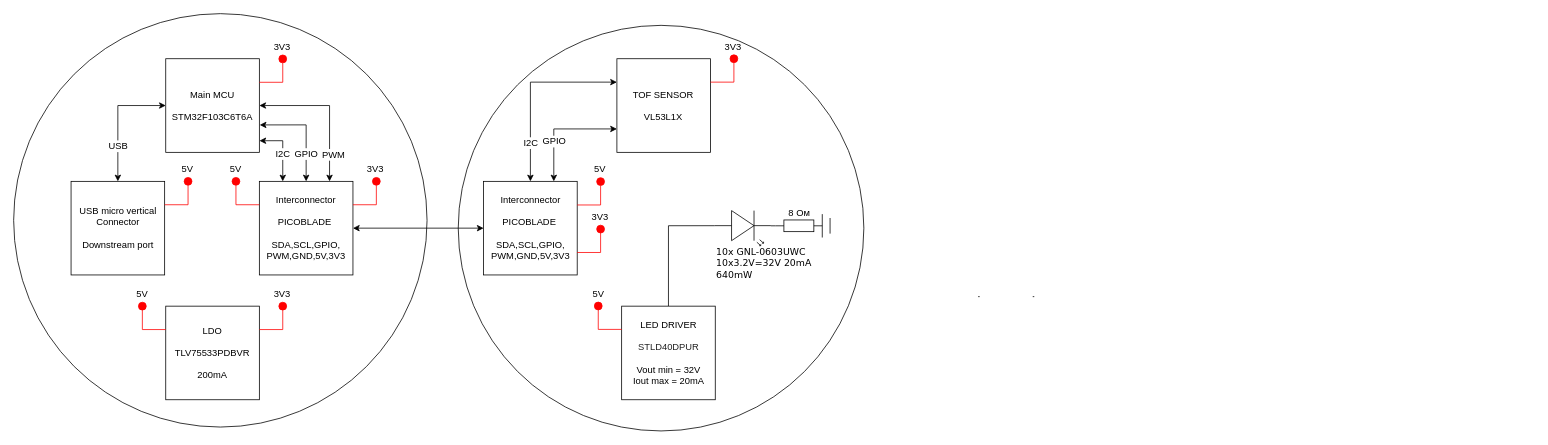
The draw.io diagram DOCUMENTATION/Gastroscopy-Tool-Structure.drawio in vpodlesnyi/Gastroscopy-Tool, before the edit. Source tidied: cells renumbered, new cells numbered last; positions are measured from the earlier drawing's top-left corner, leaving out a move shared by most shapes. Both pictures are drawn from the tidied source at 78%, with x=0, y=0 at pixel (13, 13).
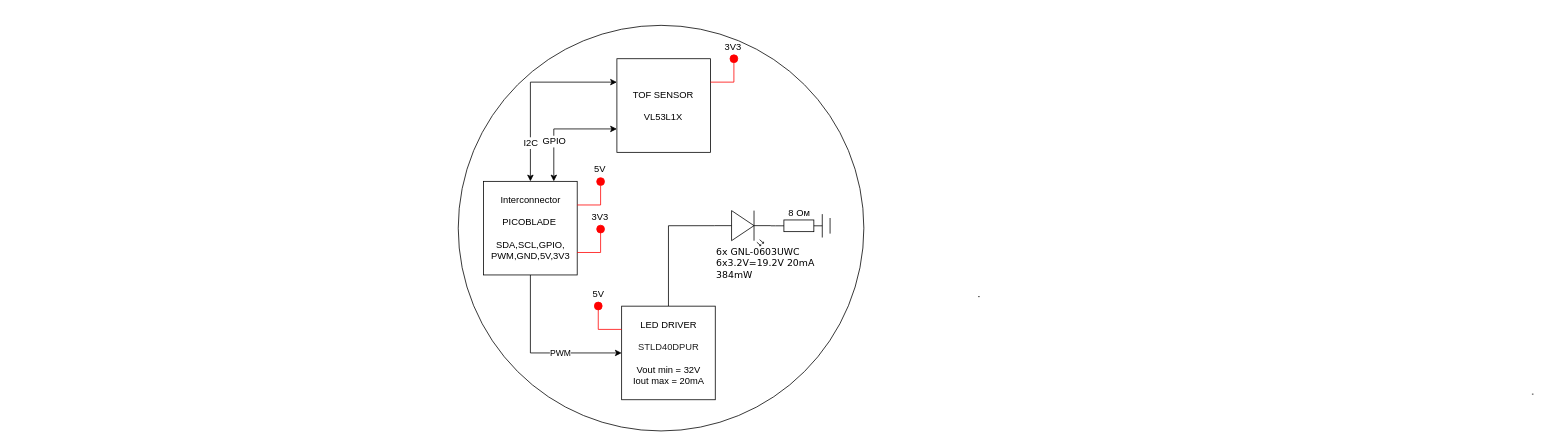
The same diagram, later.

The change refers to these unchanged cells:
```xml
<mxCell id="44" value="Interconnector&lt;br&gt;&lt;br&gt;PICOBLADE&amp;nbsp;&lt;br&gt;&lt;br&gt;SDA,SCL,GPIO,&lt;br&gt;PWM,GND,5V,3V3" style="rounded=0;whiteSpace=wrap;html=1;" parent="1" vertex="1">
  <mxGeometry x="602.5" y="215" width="120" height="120" as="geometry" />
</mxCell>
<mxCell id="56" value="LED DRIVER&lt;br style=&quot;font-size: 12px;&quot;&gt;&lt;br style=&quot;font-size: 12px;&quot;&gt;&lt;span style=&quot;color: rgb(34, 34, 34); font-size: 12px; text-align: left; background-color: rgb(255, 255, 255);&quot;&gt;STLD40DPUR&lt;/span&gt;&lt;br style=&quot;font-size: 12px;&quot;&gt;&lt;br style=&quot;font-size: 12px;&quot;&gt;Vout min = 32V &lt;br style=&quot;font-size: 12px;&quot;&gt;Iout max = 20mA" style="rounded=0;whiteSpace=wrap;html=1;fontSize=12;" parent="1" vertex="1">
  <mxGeometry x="779.5" y="375" width="120" height="120" as="geometry" />
</mxCell>
```

Diff of the diagram source:
```diff
@@
-    <mxCell id="3" style="ellipse;whiteSpace=wrap;html=1;" parent="1" vertex="1">
-      <mxGeometry width="530" height="530" as="geometry" />
-    </mxCell>
-    <mxCell id="4" value="I2C" style="edgeStyle=orthogonalEdgeStyle;rounded=0;jettySize=auto;html=1;exitX=1.001;exitY=0.876;exitDx=0;exitDy=0;entryX=0.25;entryY=0;entryDx=0;entryDy=0;strokeColor=#000000;fontSize=12;fontColor=#000000;startArrow=classic;startFill=1;exitPerimeter=0;" parent="1" edge="1" source="6" target="27">
-      <mxGeometry x="0.15" relative="1" as="geometry" />
-    </mxCell>
-    <mxCell id="5" value="PWM" style="edgeStyle=orthogonalEdgeStyle;rounded=0;jettySize=auto;html=1;exitX=1;exitY=0.5;exitDx=0;exitDy=0;entryX=0.75;entryY=0;entryDx=0;entryDy=0;strokeColor=#000000;fontSize=12;fontColor=#000000;startArrow=classic;startFill=1;" parent="1" edge="1" source="6" target="27">
-      <mxGeometry x="0.63" y="5" relative="1" as="geometry" />
-    </mxCell>
-    <mxCell id="6" value="Main MCU&lt;br&gt;&lt;br&gt;STM32F103C6T6A" style="rounded=0;whiteSpace=wrap;html=1;" parent="1" vertex="1">
-      <mxGeometry x="195" y="57.8" width="120" height="120" as="geometry" />
-    </mxCell>
-    <mxCell id="7" value="USB" style="edgeStyle=orthogonalEdgeStyle;rounded=0;jettySize=auto;html=1;exitX=0.5;exitY=0;exitDx=0;exitDy=0;entryX=0;entryY=0.5;entryDx=0;entryDy=0;strokeColor=#000000;fontSize=12;startArrow=classic;startFill=1;fontColor=#000000;" parent="1" edge="1" source="8" target="6">
-      <mxGeometry x="-0.43" relative="1" as="geometry" />
-    </mxCell>
-    <mxCell id="8" value="USB micro vertical&lt;br&gt;Connector&lt;br&gt;&lt;br&gt;Downstream port" style="rounded=0;whiteSpace=wrap;html=1;" parent="1" vertex="1">
-      <mxGeometry x="73.6" y="215" width="120" height="120" as="geometry" />
-    </mxCell>
-    <mxCell id="9" style="endArrow=none;html=1;rounded=0;strokeColor=#FF0000;" parent="1" edge="1">
-      <mxGeometry relative="1" as="geometry">
-        <mxPoint x="193.6" y="245" as="sourcePoint" />
-        <mxPoint x="223.6" y="245" as="targetPoint" />
-      </mxGeometry>
-    </mxCell>
-    <mxCell id="10" style="endArrow=none;html=1;rounded=0;strokeColor=#FF0000;startArrow=none;" parent="1" edge="1" source="11">
-      <mxGeometry relative="1" as="geometry">
-        <mxPoint x="223.6" y="215" as="targetPoint" />
-      </mxGeometry>
-    </mxCell>
-    <mxCell id="11" style="ellipse;whiteSpace=wrap;html=1;strokeColor=#FF0000;fillColor=#FF0000;" parent="1" vertex="1">
-      <mxGeometry x="218.6" y="210" width="10" height="10" as="geometry" />
-    </mxCell>
-    <mxCell id="12" style="endArrow=none;html=1;rounded=0;strokeColor=#FF0000;" parent="1" edge="1" target="11">
-      <mxGeometry relative="1" as="geometry">
-        <mxPoint x="223.6" y="245" as="sourcePoint" />
-      </mxGeometry>
-    </mxCell>
-    <mxCell id="13" value="5V" style="text;html=1;strokeColor=none;fillColor=none;align=center;verticalAlign=middle;whiteSpace=wrap;rounded=0;" parent="1" vertex="1">
-      <mxGeometry x="212.6" y="190" width="20" height="20" as="geometry" />
-    </mxCell>
-    <mxCell id="14" value="LDO&lt;br&gt;&lt;br&gt;TLV75533PDBVR&lt;br&gt;&lt;br&gt;200mA" style="rounded=0;whiteSpace=wrap;html=1;" parent="1" vertex="1">
-      <mxGeometry x="195" y="375" width="120" height="120" as="geometry" />
-    </mxCell>
-    <mxCell id="15" style="endArrow=none;html=1;rounded=0;strokeColor=#FF0000;" parent="1" edge="1">
-      <mxGeometry relative="1" as="geometry">
-        <mxPoint x="315" y="405" as="sourcePoint" />
-        <mxPoint x="345" y="405" as="targetPoint" />
-      </mxGeometry>
-    </mxCell>
-    <mxCell id="16" style="endArrow=none;html=1;rounded=0;strokeColor=#FF0000;startArrow=none;" parent="1" edge="1" source="17">
-      <mxGeometry relative="1" as="geometry">
-        <mxPoint x="345" y="375" as="targetPoint" />
-      </mxGeometry>
-    </mxCell>
-    <mxCell id="17" style="ellipse;whiteSpace=wrap;html=1;strokeColor=#FF0000;fillColor=#FF0000;" parent="1" vertex="1">
-      <mxGeometry x="340" y="370" width="10" height="10" as="geometry" />
-    </mxCell>
-    <mxCell id="18" style="endArrow=none;html=1;rounded=0;strokeColor=#FF0000;" parent="1" edge="1" target="17">
-      <mxGeometry relative="1" as="geometry">
-        <mxPoint x="345" y="405" as="sourcePoint" />
-      </mxGeometry>
-    </mxCell>
-    <mxCell id="19" value="3V3" style="text;html=1;strokeColor=none;fillColor=none;align=center;verticalAlign=middle;whiteSpace=wrap;rounded=0;" parent="1" vertex="1">
-      <mxGeometry x="329" y="350" width="31.2" height="20" as="geometry" />
-    </mxCell>
-    <mxCell id="20" style="endArrow=none;html=1;rounded=0;strokeColor=#FF0000;" parent="1" edge="1">
-      <mxGeometry relative="1" as="geometry">
-        <mxPoint x="195" y="405" as="sourcePoint" />
-        <mxPoint x="165" y="405" as="targetPoint" />
-      </mxGeometry>
-    </mxCell>
-    <mxCell id="21" style="endArrow=none;html=1;rounded=0;strokeColor=#FF0000;startArrow=none;" parent="1" edge="1" source="22">
-      <mxGeometry relative="1" as="geometry">
-        <mxPoint x="165" y="375" as="targetPoint" />
-      </mxGeometry>
-    </mxCell>
-    <mxCell id="22" style="ellipse;whiteSpace=wrap;html=1;strokeColor=#FF0000;fillColor=#FF0000;" parent="1" vertex="1">
-      <mxGeometry x="160" y="370" width="10" height="10" as="geometry" />
-    </mxCell>
-    <mxCell id="23" style="endArrow=none;html=1;rounded=0;strokeColor=#FF0000;" parent="1" edge="1" target="22">
-      <mxGeometry relative="1" as="geometry">
-        <mxPoint x="165" y="405" as="sourcePoint" />
-      </mxGeometry>
-    </mxCell>
-    <mxCell id="24" value="5V" style="text;html=1;strokeColor=none;fillColor=none;align=center;verticalAlign=middle;whiteSpace=wrap;rounded=0;" parent="1" vertex="1">
-      <mxGeometry x="155" y="350" width="20" height="20" as="geometry" />
-    </mxCell>
-    <mxCell id="25" style="edgeStyle=orthogonalEdgeStyle;rounded=0;jettySize=auto;html=1;exitX=1;exitY=0.5;exitDx=0;exitDy=0;entryX=0;entryY=0.5;entryDx=0;entryDy=0;strokeColor=#000000;fontSize=12;fontColor=#000000;startArrow=classic;startFill=1;endArrow=classic;endFill=1;" parent="1" edge="1" source="27" target="44">
-      <mxGeometry relative="1" as="geometry" />
-    </mxCell>
-    <mxCell id="26" value="GPIO" style="edgeStyle=orthogonalEdgeStyle;rounded=0;jettySize=auto;html=1;exitX=0.5;exitY=0;exitDx=0;exitDy=0;entryX=1.004;entryY=0.707;entryDx=0;entryDy=0;entryPerimeter=0;strokeColor=#000000;fontSize=12;fontColor=#000000;startArrow=classic;startFill=1;endArrow=classic;endFill=1;" parent="1" edge="1" source="27" target="6">
-      <mxGeometry x="-0.47" relative="1" as="geometry" />
-    </mxCell>
-    <mxCell id="27" value="Interconnector&lt;br&gt;&lt;br&gt;PICOBLADE&amp;nbsp;&lt;br&gt;&lt;br&gt;SDA,SCL,GPIO,&lt;br&gt;PWM,GND,5V,3V3" style="rounded=0;whiteSpace=wrap;html=1;" parent="1" vertex="1">
-      <mxGeometry x="315" y="215" width="120" height="120" as="geometry" />
-    </mxCell>
-    <mxCell id="28" style="endArrow=none;html=1;rounded=0;strokeColor=#FF0000;" parent="1" edge="1">
-      <mxGeometry relative="1" as="geometry">
-        <mxPoint x="315" y="88" as="sourcePoint" />
-        <mxPoint x="345" y="88" as="targetPoint" />
-      </mxGeometry>
-    </mxCell>
-    <mxCell id="29" style="endArrow=none;html=1;rounded=0;strokeColor=#FF0000;startArrow=none;" parent="1" edge="1" source="30">
-      <mxGeometry relative="1" as="geometry">
-        <mxPoint x="345" y="58" as="targetPoint" />
-      </mxGeometry>
-    </mxCell>
-    <mxCell id="30" style="ellipse;whiteSpace=wrap;html=1;strokeColor=#FF0000;fillColor=#FF0000;" parent="1" vertex="1">
-      <mxGeometry x="340" y="53" width="10" height="10" as="geometry" />
-    </mxCell>
-    <mxCell id="31" style="endArrow=none;html=1;rounded=0;strokeColor=#FF0000;" parent="1" edge="1" target="30">
-      <mxGeometry relative="1" as="geometry">
-        <mxPoint x="345" y="88" as="sourcePoint" />
-      </mxGeometry>
-    </mxCell>
-    <mxCell id="32" value="3V3" style="text;html=1;strokeColor=none;fillColor=none;align=center;verticalAlign=middle;whiteSpace=wrap;rounded=0;" parent="1" vertex="1">
-      <mxGeometry x="329" y="33" width="31.2" height="20" as="geometry" />
-    </mxCell>
-    <mxCell id="33" style="endArrow=none;html=1;rounded=0;strokeColor=#FF0000;" parent="1" edge="1">
-      <mxGeometry relative="1" as="geometry">
-        <mxPoint x="435" y="245" as="sourcePoint" />
-        <mxPoint x="465" y="245" as="targetPoint" />
-      </mxGeometry>
-    </mxCell>
-    <mxCell id="34" style="endArrow=none;html=1;rounded=0;strokeColor=#FF0000;startArrow=none;" parent="1" edge="1" source="35">
-      <mxGeometry relative="1" as="geometry">
-        <mxPoint x="465" y="215" as="targetPoint" />
-      </mxGeometry>
-    </mxCell>
-    <mxCell id="35" style="ellipse;whiteSpace=wrap;html=1;strokeColor=#FF0000;fillColor=#FF0000;" parent="1" vertex="1">
-      <mxGeometry x="460" y="210" width="10" height="10" as="geometry" />
-    </mxCell>
-    <mxCell id="36" style="endArrow=none;html=1;rounded=0;strokeColor=#FF0000;" parent="1" edge="1" target="35">
-      <mxGeometry relative="1" as="geometry">
-        <mxPoint x="465" y="245" as="sourcePoint" />
-      </mxGeometry>
-    </mxCell>
-    <mxCell id="37" value="3V3" style="text;html=1;strokeColor=none;fillColor=none;align=center;verticalAlign=middle;whiteSpace=wrap;rounded=0;" parent="1" vertex="1">
-      <mxGeometry x="454" y="190" width="20" height="20" as="geometry" />
-    </mxCell>
@@
     <mxCell id="39" style="edgeStyle=orthogonalEdgeStyle;rounded=0;orthogonalLoop=1;jettySize=auto;html=1;exitX=1;exitY=0.57;exitDx=0;exitDy=0;exitPerimeter=0;entryX=0;entryY=0.57;entryDx=0;entryDy=0;entryPerimeter=0;strokeColor=#000000;fontSize=12;fontColor=#000000;startArrow=none;startFill=0;endArrow=none;endFill=0;" parent="1" edge="1">
       <mxGeometry relative="1" as="geometry">
-        <mxPoint x="1308.5" y="362.8" as="sourcePoint" />
-        <mxPoint x="1306.5" y="362.8" as="targetPoint" />
+        <mxPoint x="1948.5" y="487.8" as="sourcePoint" />
+        <mxPoint x="1946.5" y="487.8" as="targetPoint" />
       </mxGeometry>
     </mxCell>
@@
+    <mxCell id="5" value="PWM" style="edgeStyle=orthogonalEdgeStyle;rounded=0;jettySize=auto;html=1;exitX=0.5;exitY=1;exitDx=0;exitDy=0;entryX=0;entryY=0.5;entryDx=0;entryDy=0;" parent="1" edge="1" source="44" target="56">
+      <mxGeometry x="0.27" relative="1" as="geometry" />
+    </mxCell>
@@
-    <mxCell id="57" value="&lt;span style=&quot;font-family: Montserrat, Verdana, &amp;quot;DejaVu Sans&amp;quot;, sans-serif; font-size: 12px; text-align: start;&quot;&gt;10x GNL-0603UWC&lt;br&gt;10x3.2V=32V 20mA &lt;br&gt;640mW&lt;br&gt;&lt;/span&gt;" style="verticalLabelPosition=middle;shadow=0;dashed=0;align=left;html=1;verticalAlign=middle;shape=mxgraph.electrical.opto_electronics.led_2;strokeColor=#000000;fillColor=#FFFFFF;rotation=90;fontSize=12;fontStyle=0;flipH=1;flipV=0;direction=north;labelPosition=right;horizontal=0;" parent="1" vertex="1">
+    <mxCell id="57" value="&lt;span style=&quot;font-family: Montserrat, Verdana, &amp;quot;DejaVu Sans&amp;quot;, sans-serif; font-size: 12px; text-align: start;&quot;&gt;6x GNL-0603UWC&lt;br&gt;6x3.2V=19.2V 20mA &lt;br&gt;384mW&lt;br&gt;&lt;/span&gt;" style="verticalLabelPosition=middle;shadow=0;dashed=0;align=left;html=1;verticalAlign=middle;shape=mxgraph.electrical.opto_electronics.led_2;strokeColor=#000000;fillColor=#FFFFFF;rotation=90;fontSize=12;fontStyle=0;flipH=1;flipV=0;direction=north;labelPosition=right;horizontal=0;" parent="1" vertex="1">
       <mxGeometry x="912.3" y="239" width="45" height="72" as="geometry" />
     </mxCell>
@@
-    <mxCell id="73" style="endArrow=none;html=1;rounded=0;strokeColor=#FF0000;" parent="1" edge="1">
-      <mxGeometry relative="1" as="geometry">
-        <mxPoint x="315" y="245" as="sourcePoint" />
-        <mxPoint x="285" y="245" as="targetPoint" />
-      </mxGeometry>
-    </mxCell>
-    <mxCell id="74" style="endArrow=none;html=1;rounded=0;strokeColor=#FF0000;startArrow=none;" parent="1" edge="1" source="75">
-      <mxGeometry relative="1" as="geometry">
-        <mxPoint x="285" y="215" as="targetPoint" />
-      </mxGeometry>
-    </mxCell>
-    <mxCell id="75" style="ellipse;whiteSpace=wrap;html=1;strokeColor=#FF0000;fillColor=#FF0000;" parent="1" vertex="1">
-      <mxGeometry x="280" y="210" width="10" height="10" as="geometry" />
-    </mxCell>
-    <mxCell id="76" style="endArrow=none;html=1;rounded=0;strokeColor=#FF0000;" parent="1" edge="1" target="75">
-      <mxGeometry relative="1" as="geometry">
-        <mxPoint x="285" y="245" as="sourcePoint" />
-      </mxGeometry>
-    </mxCell>
-    <mxCell id="77" value="5V" style="text;html=1;strokeColor=none;fillColor=none;align=center;verticalAlign=middle;whiteSpace=wrap;rounded=0;" parent="1" vertex="1">
-      <mxGeometry x="275" y="190" width="20" height="20" as="geometry" />
-    </mxCell>
```
